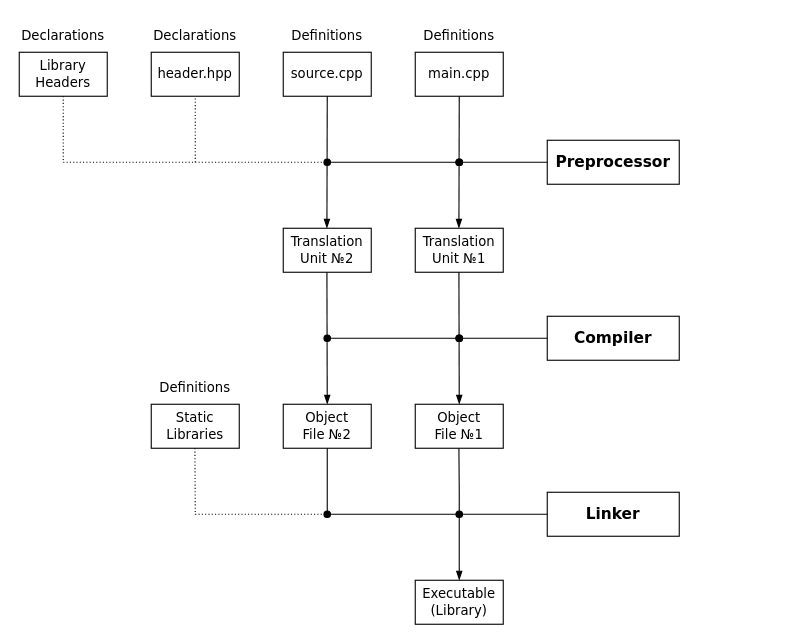
Above: projects/examples/source/06.01.01.drawio in i-s-m-mipt/Education (draw.io), before the change. Source tidied: cells renumbered, new cells numbered last; positions are measured from the earlier drawing's top-left corner, leaving out a move shared by most shapes. Both pictures are drawn from the tidied source at 110%, with x=0, y=0 at pixel (19, 19).
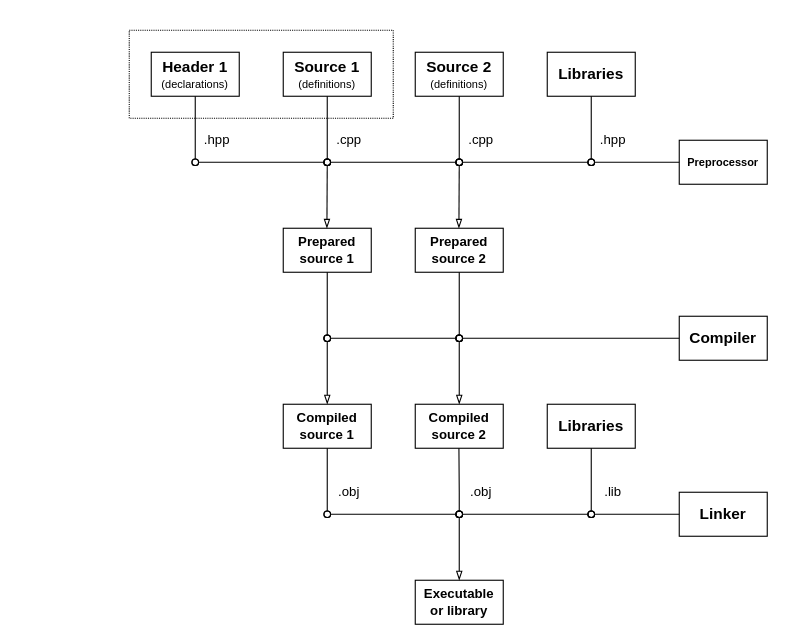
The same page after the edit.

Diff of the diagram source:
```diff
@@
+    <mxCell id="35" style="rounded=0;whiteSpace=wrap;html=1;fillColor=none;dashed=1;dashPattern=1 1;" parent="1" vertex="1">
+      <mxGeometry x="100" y="10" width="240" height="80" as="geometry" />
+    </mxCell>
-    <mxCell id="2" value="&lt;b&gt;&lt;font face=&quot;Verdana&quot; style=&quot;font-size: 14px;&quot;&gt;Preprocessor&lt;/font&gt;&lt;/b&gt;" style="rounded=0;whiteSpace=wrap;html=1;" parent="1" vertex="1">
-      <mxGeometry x="480" y="110" width="120" height="40" as="geometry" />
+    <mxCell id="2" value="&lt;b&gt;&lt;font style=&quot;font-size: 10px;&quot; face=&quot;Helvetica&quot;&gt;Preprocessor&lt;/font&gt;&lt;/b&gt;" style="rounded=0;whiteSpace=wrap;html=1;fillColor=none;" parent="1" vertex="1">
+      <mxGeometry x="600" y="110" width="80" height="40" as="geometry" />
     </mxCell>
-    <mxCell id="3" value="&lt;font face=&quot;Verdana&quot;&gt;source.cpp&lt;/font&gt;" style="rounded=0;whiteSpace=wrap;html=1;" parent="1" vertex="1">
+    <mxCell id="3" value="&lt;font&gt;&lt;font style=&quot;font-size: 14px;&quot; face=&quot;Helvetica&quot;&gt;&lt;b style=&quot;&quot;&gt;Source 1&lt;/b&gt;&lt;/font&gt;&lt;/font&gt;&lt;div&gt;&lt;font style=&quot;font-size: 10px;&quot;&gt;&lt;font style=&quot;&quot;&gt;&lt;span style=&quot;background-color: transparent; color: light-dark(rgb(0, 0, 0), rgb(255, 255, 255));&quot;&gt;(&lt;/span&gt;&lt;/font&gt;&lt;span style=&quot;background-color: transparent; color: light-dark(rgb(0, 0, 0), rgb(255, 255, 255));&quot;&gt;definitions&lt;/span&gt;&lt;span style=&quot;background-color: transparent; color: light-dark(rgb(0, 0, 0), rgb(255, 255, 255));&quot;&gt;)&lt;/span&gt;&lt;/font&gt;&lt;/div&gt;" style="rounded=0;whiteSpace=wrap;html=1;" parent="1" vertex="1">
       <mxGeometry x="240" y="30" width="80" height="40" as="geometry" />
     </mxCell>
-    <mxCell id="4" value="&lt;font face=&quot;Verdana&quot;&gt;main.cpp&lt;/font&gt;" style="rounded=0;whiteSpace=wrap;html=1;" parent="1" vertex="1">
+    <mxCell id="4" value="&lt;font style=&quot;font-size: 14px;&quot; face=&quot;Helvetica&quot;&gt;&lt;b style=&quot;&quot;&gt;Source 2&lt;/b&gt;&lt;/font&gt;&lt;div&gt;&lt;font style=&quot;font-size: 10px;&quot;&gt;(&lt;/font&gt;&lt;span style=&quot;color: light-dark(rgb(0, 0, 0), rgb(255, 255, 255)); font-size: 10px; background-color: transparent;&quot;&gt;definitions&lt;/span&gt;&lt;span style=&quot;color: light-dark(rgb(0, 0, 0), rgb(255, 255, 255)); font-size: 10px; background-color: transparent;&quot;&gt;)&lt;/span&gt;&lt;/div&gt;" style="rounded=0;whiteSpace=wrap;html=1;" parent="1" vertex="1">
       <mxGeometry x="360" y="30" width="80" height="40" as="geometry" />
     </mxCell>
-    <mxCell id="5" value="&lt;font style=&quot;font-size: 12px;&quot; face=&quot;Verdana&quot;&gt;Translation Unit №2&lt;/font&gt;" style="rounded=0;whiteSpace=wrap;html=1;" parent="1" vertex="1">
+    <mxCell id="5" value="&lt;b&gt;Prepared source 1&lt;/b&gt;" style="rounded=0;whiteSpace=wrap;html=1;" parent="1" vertex="1">
       <mxGeometry x="240" y="190" width="80" height="40" as="geometry" />
     </mxCell>
-    <mxCell id="6" value="&lt;font face=&quot;Verdana&quot;&gt;header.hpp&lt;/font&gt;" style="rounded=0;whiteSpace=wrap;html=1;" parent="1" vertex="1">
+    <mxCell id="6" value="&lt;font face=&quot;Helvetica&quot; style=&quot;&quot;&gt;&lt;b style=&quot;&quot;&gt;&lt;font style=&quot;font-size: 14px;&quot;&gt;Header 1&lt;/font&gt;&lt;/b&gt;&lt;br&gt;&lt;font style=&quot;font-size: 10px;&quot;&gt;(&lt;/font&gt;&lt;/font&gt;&lt;font style=&quot;font-size: 10px;&quot;&gt;declarations&lt;font face=&quot;Helvetica&quot; style=&quot;&quot;&gt;)&lt;/font&gt;&lt;/font&gt;" style="rounded=0;whiteSpace=wrap;html=1;" parent="1" vertex="1">
       <mxGeometry x="120" y="30" width="80" height="40" as="geometry" />
     </mxCell>
-    <mxCell id="7" value="&lt;font face=&quot;Verdana&quot;&gt;&lt;font style=&quot;font-size: 12px;&quot;&gt;Library&lt;/font&gt;&lt;/font&gt;&lt;div&gt;&lt;font face=&quot;Verdana&quot;&gt;&lt;font style=&quot;font-size: 12px;&quot;&gt;Headers&lt;/font&gt;&lt;br&gt;&lt;/font&gt;&lt;/div&gt;" style="rounded=0;whiteSpace=wrap;html=1;" parent="1" vertex="1">
-      <mxGeometry y="30" width="80" height="40" as="geometry" />
-    </mxCell>
-    <mxCell id="8" style="endArrow=none;html=1;rounded=0;startArrow=oval;startFill=1;endFill=0;entryX=0;entryY=0.5;entryDx=0;entryDy=0;" parent="1" edge="1" target="2">
+    <mxCell id="8" style="endArrow=oval;html=1;rounded=0;startArrow=oval;startFill=0;endFill=0;" parent="1" edge="1">
       <mxGeometry relative="1" as="geometry">
         <mxPoint x="400" y="130" as="sourcePoint" />
+        <mxPoint x="520" y="130" as="targetPoint" />
       </mxGeometry>
     </mxCell>
-    <mxCell id="9" style="endArrow=blockThin;html=1;rounded=0;exitX=0.5;exitY=1;exitDx=0;exitDy=0;endFill=1;" parent="1" edge="1" source="3">
+    <mxCell id="9" style="endArrow=blockThin;html=1;rounded=0;endFill=0;startArrow=oval;startFill=0;" parent="1" edge="1">
       <mxGeometry relative="1" as="geometry">
+        <mxPoint x="280" y="130" as="sourcePoint" />
         <mxPoint x="279.7" y="190" as="targetPoint" />
       </mxGeometry>
     </mxCell>
-    <mxCell id="10" style="endArrow=blockThin;html=1;rounded=0;exitX=0.5;exitY=1;exitDx=0;exitDy=0;endFill=1;" parent="1" edge="1" source="4">
+    <mxCell id="10" style="endArrow=blockThin;html=1;rounded=0;endFill=0;startArrow=oval;startFill=0;" parent="1" edge="1">
       <mxGeometry relative="1" as="geometry">
+        <mxPoint x="400" y="130" as="sourcePoint" />
         <mxPoint x="399.7" y="190" as="targetPoint" />
       </mxGeometry>
     </mxCell>
-    <mxCell id="11" value="&lt;font style=&quot;font-size: 12px;&quot; face=&quot;Verdana&quot;&gt;Translation Unit №1&lt;/font&gt;" style="rounded=0;whiteSpace=wrap;html=1;" parent="1" vertex="1">
-      <mxGeometry x="360" y="190" width="80" height="40" as="geometry" />
-    </mxCell>
-    <mxCell id="12" value="&lt;b&gt;&lt;font face=&quot;Verdana&quot; style=&quot;font-size: 14px;&quot;&gt;Compiler&lt;/font&gt;&lt;/b&gt;" style="rounded=0;whiteSpace=wrap;html=1;" parent="1" vertex="1">
-      <mxGeometry x="480" y="270" width="120" height="40" as="geometry" />
+    <mxCell id="12" value="&lt;b&gt;&lt;font face=&quot;Helvetica&quot; style=&quot;font-size: 14px;&quot;&gt;Compiler&lt;/font&gt;&lt;/b&gt;" style="rounded=0;whiteSpace=wrap;html=1;fillColor=none;" parent="1" vertex="1">
+      <mxGeometry x="600" y="270" width="80" height="40" as="geometry" />
     </mxCell>
-    <mxCell id="13" style="endArrow=blockThin;html=1;rounded=0;exitX=0.5;exitY=1;exitDx=0;exitDy=0;endFill=1;entryX=0.5;entryY=0;entryDx=0;entryDy=0;" parent="1" edge="1" target="16">
+    <mxCell id="13" style="endArrow=blockThin;html=1;rounded=0;endFill=0;entryX=0.5;entryY=0;entryDx=0;entryDy=0;startArrow=oval;startFill=0;" parent="1" edge="1" target="16">
       <mxGeometry relative="1" as="geometry">
-        <mxPoint x="279.7" y="230" as="sourcePoint" />
+        <mxPoint x="280" y="290" as="sourcePoint" />
       </mxGeometry>
     </mxCell>
-    <mxCell id="14" style="endArrow=blockThin;html=1;rounded=0;exitX=0.5;exitY=1;exitDx=0;exitDy=0;endFill=1;entryX=0.5;entryY=0;entryDx=0;entryDy=0;" parent="1" edge="1" target="17">
+    <mxCell id="14" style="endArrow=blockThin;html=1;rounded=0;endFill=0;entryX=0.5;entryY=0;entryDx=0;entryDy=0;startArrow=oval;startFill=0;" parent="1" edge="1" target="17">
       <mxGeometry relative="1" as="geometry">
-        <mxPoint x="399.7" y="230" as="sourcePoint" />
+        <mxPoint x="400" y="290" as="sourcePoint" />
       </mxGeometry>
     </mxCell>
-    <mxCell id="15" style="endArrow=none;dashed=1;html=1;dashPattern=1 2;strokeWidth=1;rounded=0;exitX=0.5;exitY=1;exitDx=0;exitDy=0;endFill=0;" parent="1" edge="1" source="7">
+    <mxCell id="15" style="endArrow=oval;html=1;strokeWidth=1;rounded=0;exitX=0.5;exitY=1;exitDx=0;exitDy=0;endFill=0;" parent="1" edge="1">
       <mxGeometry relative="1" as="geometry">
-        <mxPoint x="280" y="130" as="targetPoint" />
+        <mxPoint x="160" y="70" as="sourcePoint" />
+        <mxPoint x="160" y="130" as="targetPoint" />
         <Array as="points">
-          <mxPoint x="40" y="130" />
+          <mxPoint x="160" y="130" />
         </Array>
       </mxGeometry>
     </mxCell>
-    <mxCell id="16" value="&lt;font style=&quot;font-size: 12px;&quot; face=&quot;Verdana&quot;&gt;Object &lt;br&gt;File №2&lt;/font&gt;" style="rounded=0;whiteSpace=wrap;html=1;" parent="1" vertex="1">
+    <mxCell id="16" value="&lt;b style=&quot;&quot;&gt;&lt;font face=&quot;Helvetica&quot;&gt;Compiled source 1&lt;/font&gt;&lt;/b&gt;" style="rounded=0;whiteSpace=wrap;html=1;" parent="1" vertex="1">
       <mxGeometry x="240" y="350" width="80" height="40" as="geometry" />
     </mxCell>
-    <mxCell id="17" value="&lt;font style=&quot;font-size: 12px;&quot; face=&quot;Verdana&quot;&gt;Object &lt;br&gt;File №1&lt;/font&gt;" style="rounded=0;whiteSpace=wrap;html=1;" parent="1" vertex="1">
+    <mxCell id="17" value="&lt;b&gt;Compiled source 2&lt;/b&gt;" style="rounded=0;whiteSpace=wrap;html=1;" parent="1" vertex="1">
       <mxGeometry x="360" y="350" width="80" height="40" as="geometry" />
     </mxCell>
-    <mxCell id="18" value="&lt;font face=&quot;Verdana&quot;&gt;Definitions&lt;/font&gt;" style="text;html=1;strokeColor=none;fillColor=none;align=center;verticalAlign=middle;whiteSpace=wrap;rounded=0;" parent="1" vertex="1">
-      <mxGeometry x="240" width="80" height="30" as="geometry" />
-    </mxCell>
-    <mxCell id="19" value="&lt;font face=&quot;Verdana&quot;&gt;Declarations&lt;/font&gt;" style="text;html=1;strokeColor=none;fillColor=none;align=center;verticalAlign=middle;whiteSpace=wrap;rounded=0;" parent="1" vertex="1">
-      <mxGeometry x="120" width="80" height="30" as="geometry" />
-    </mxCell>
-    <mxCell id="20" value="&lt;font face=&quot;Verdana&quot;&gt;Declarations&lt;/font&gt;" style="text;html=1;strokeColor=none;fillColor=none;align=center;verticalAlign=middle;whiteSpace=wrap;rounded=0;" parent="1" vertex="1">
-      <mxGeometry width="80" height="30" as="geometry" />
-    </mxCell>
-    <mxCell id="21" value="&lt;b&gt;&lt;font face=&quot;Verdana&quot; style=&quot;font-size: 14px;&quot;&gt;Linker&lt;/font&gt;&lt;/b&gt;" style="rounded=0;whiteSpace=wrap;html=1;" parent="1" vertex="1">
-      <mxGeometry x="480" y="430" width="120" height="40" as="geometry" />
+    <mxCell id="21" value="&lt;b&gt;&lt;font face=&quot;Helvetica&quot; style=&quot;font-size: 14px;&quot;&gt;Linker&lt;/font&gt;&lt;/b&gt;" style="rounded=0;whiteSpace=wrap;html=1;fillColor=none;" parent="1" vertex="1">
+      <mxGeometry x="600" y="430" width="80" height="40" as="geometry" />
     </mxCell>
-    <mxCell id="22" style="endArrow=none;html=1;rounded=0;startArrow=oval;startFill=1;endFill=0;entryX=0;entryY=0.5;entryDx=0;entryDy=0;" parent="1" edge="1" target="21">
-      <mxGeometry relative="1" as="geometry">
-        <mxPoint x="280" y="450" as="sourcePoint" />
-      </mxGeometry>
-    </mxCell>
-    <mxCell id="23" value="&lt;font face=&quot;Verdana&quot;&gt;Static&lt;br&gt;Libraries&lt;br&gt;&lt;/font&gt;" style="rounded=0;whiteSpace=wrap;html=1;" parent="1" vertex="1">
-      <mxGeometry x="120" y="350" width="80" height="40" as="geometry" />
+    <mxCell id="23" value="&lt;div&gt;&lt;b&gt;&lt;font style=&quot;font-size: 14px;&quot;&gt;Libraries&lt;/font&gt;&lt;/b&gt;&lt;/div&gt;" style="rounded=0;whiteSpace=wrap;html=1;" parent="1" vertex="1">
+      <mxGeometry x="480" y="350" width="80" height="40" as="geometry" />
     </mxCell>
-    <mxCell id="24" style="endArrow=none;html=1;rounded=0;exitX=0.5;exitY=1;exitDx=0;exitDy=0;endFill=0;dashed=1;dashPattern=1 2;" parent="1" edge="1">
-      <mxGeometry relative="1" as="geometry">
-        <mxPoint x="159.7" y="390" as="sourcePoint" />
-        <mxPoint x="280" y="450" as="targetPoint" />
-        <Array as="points">
-          <mxPoint x="160" y="450" />
-        </Array>
-      </mxGeometry>
-    </mxCell>
-    <mxCell id="25" style="endArrow=oval;html=1;rounded=0;exitX=0.5;exitY=1;exitDx=0;exitDy=0;endFill=1;" parent="1" edge="1">
+    <mxCell id="25" style="endArrow=oval;html=1;rounded=0;exitX=0.5;exitY=1;exitDx=0;exitDy=0;endFill=0;" parent="1" edge="1">
       <mxGeometry relative="1" as="geometry">
         <mxPoint x="399.7" y="390" as="sourcePoint" />
         <mxPoint x="400" y="450" as="targetPoint" />
         <Array as="points">
           <mxPoint x="400" y="430" />
         </Array>
       </mxGeometry>
     </mxCell>
-    <mxCell id="26" value="&lt;font face=&quot;Verdana&quot;&gt;Executable&lt;/font&gt;&lt;div&gt;&lt;font face=&quot;Verdana&quot;&gt;(Library)&lt;/font&gt;&lt;/div&gt;" style="rounded=0;whiteSpace=wrap;html=1;" parent="1" vertex="1">
+    <mxCell id="26" value="&lt;b style=&quot;&quot;&gt;&lt;font&gt;Executable&lt;/font&gt;&lt;/b&gt;&lt;div&gt;&lt;b style=&quot;&quot;&gt;&lt;font&gt;or library&lt;/font&gt;&lt;/b&gt;&lt;/div&gt;" style="rounded=0;whiteSpace=wrap;html=1;" parent="1" vertex="1">
       <mxGeometry x="360" y="510" width="80" height="40" as="geometry" />
     </mxCell>
-    <mxCell id="27" style="endArrow=none;html=1;rounded=0;entryX=0.5;entryY=1;entryDx=0;entryDy=0;dashed=1;dashPattern=1 2;" parent="1" edge="1" target="6">
-      <mxGeometry relative="1" as="geometry">
-        <mxPoint x="160" y="130" as="sourcePoint" />
-      </mxGeometry>
-    </mxCell>
-    <mxCell id="28" style="endArrow=oval;html=1;rounded=0;startArrow=oval;startFill=1;endFill=1;" parent="1" edge="1">
+    <mxCell id="28" style="endArrow=oval;html=1;rounded=0;startArrow=oval;startFill=0;endFill=0;" parent="1" edge="1">
       <mxGeometry relative="1" as="geometry">
         <mxPoint x="280" y="130" as="sourcePoint" />
         <mxPoint x="400" y="130" as="targetPoint" />
       </mxGeometry>
     </mxCell>
-    <mxCell id="29" style="endArrow=oval;html=1;rounded=0;startArrow=oval;startFill=1;endFill=1;" parent="1" edge="1">
+    <mxCell id="29" style="endArrow=oval;html=1;rounded=0;startArrow=oval;startFill=0;endFill=0;" parent="1" edge="1">
       <mxGeometry relative="1" as="geometry">
         <mxPoint x="280" y="290" as="sourcePoint" />
         <mxPoint x="400" y="290" as="targetPoint" />
       </mxGeometry>
     </mxCell>
-    <mxCell id="30" style="endArrow=none;html=1;rounded=0;startArrow=oval;startFill=1;endFill=0;entryX=0;entryY=0.5;entryDx=0;entryDy=0;" parent="1" edge="1" target="12">
+    <mxCell id="30" style="endArrow=none;html=1;rounded=0;startArrow=oval;startFill=0;endFill=0;entryX=0;entryY=0.5;entryDx=0;entryDy=0;" parent="1" edge="1" target="12">
       <mxGeometry relative="1" as="geometry">
         <mxPoint x="400" y="290" as="sourcePoint" />
       </mxGeometry>
     </mxCell>
-    <mxCell id="31" style="endArrow=none;html=1;rounded=0;entryX=0.5;entryY=1;entryDx=0;entryDy=0;" parent="1" edge="1" target="16">
+    <mxCell id="31" style="endArrow=none;html=1;rounded=0;entryX=0.5;entryY=1;entryDx=0;entryDy=0;startArrow=oval;startFill=0;" parent="1" edge="1" target="16">
       <mxGeometry relative="1" as="geometry">
         <mxPoint x="280" y="450" as="sourcePoint" />
       </mxGeometry>
     </mxCell>
-    <mxCell id="32" style="endArrow=blockThin;html=1;rounded=0;endFill=1;entryX=0.5;entryY=0;entryDx=0;entryDy=0;" parent="1" edge="1" target="26">
+    <mxCell id="32" style="endArrow=blockThin;html=1;rounded=0;endFill=0;entryX=0.5;entryY=0;entryDx=0;entryDy=0;startArrow=oval;startFill=0;" parent="1" edge="1" target="26">
       <mxGeometry relative="1" as="geometry">
         <mxPoint x="400" y="450" as="sourcePoint" />
       </mxGeometry>
     </mxCell>
-    <mxCell id="33" value="&lt;font face=&quot;Verdana&quot;&gt;Definitions&lt;/font&gt;" style="text;html=1;strokeColor=none;fillColor=none;align=center;verticalAlign=middle;whiteSpace=wrap;rounded=0;" parent="1" vertex="1">
-      <mxGeometry x="360" width="80" height="30" as="geometry" />
-    </mxCell>
-    <mxCell id="34" value="&lt;div&gt;&lt;span style=&quot;font-family: Verdana; background-color: initial;&quot;&gt;Definitions&lt;/span&gt;&lt;br&gt;&lt;/div&gt;" style="text;html=1;strokeColor=none;fillColor=none;align=center;verticalAlign=middle;whiteSpace=wrap;rounded=0;" parent="1" vertex="1">
-      <mxGeometry x="120" y="320" width="80" height="30" as="geometry" />
-    </mxCell>
+    <mxCell id="36" value="&lt;b&gt;Prepared source 2&lt;/b&gt;" style="rounded=0;whiteSpace=wrap;html=1;" parent="1" vertex="1">
+      <mxGeometry x="360" y="190" width="80" height="40" as="geometry" />
+    </mxCell>
+    <mxCell id="37" value=".cpp" style="text;html=1;align=center;verticalAlign=middle;whiteSpace=wrap;rounded=0;" parent="1" vertex="1">
+      <mxGeometry x="280" y="90" width="40" height="40" as="geometry" />
+    </mxCell>
+    <mxCell id="38" value=".cpp" style="text;html=1;align=center;verticalAlign=middle;whiteSpace=wrap;rounded=0;" parent="1" vertex="1">
+      <mxGeometry x="400" y="90" width="40" height="40" as="geometry" />
+    </mxCell>
+    <mxCell id="39" value=".hpp" style="text;html=1;align=center;verticalAlign=middle;whiteSpace=wrap;rounded=0;" parent="1" vertex="1">
+      <mxGeometry x="520" y="90" width="40" height="40" as="geometry" />
+    </mxCell>
+    <mxCell id="40" value=".obj" style="text;html=1;align=center;verticalAlign=middle;whiteSpace=wrap;rounded=0;" parent="1" vertex="1">
+      <mxGeometry x="400" y="410" width="40" height="40" as="geometry" />
+    </mxCell>
+    <mxCell id="41" value=".obj" style="text;html=1;align=center;verticalAlign=middle;whiteSpace=wrap;rounded=0;" parent="1" vertex="1">
+      <mxGeometry x="280" y="410" width="40" height="40" as="geometry" />
+    </mxCell>
+    <mxCell id="42" value=".lib" style="text;html=1;align=center;verticalAlign=middle;whiteSpace=wrap;rounded=0;" parent="1" vertex="1">
+      <mxGeometry x="520" y="410" width="40" height="40" as="geometry" />
+    </mxCell>
+    <mxCell id="43" value="&lt;div&gt;&lt;b&gt;&lt;font style=&quot;font-size: 14px;&quot;&gt;Libraries&lt;/font&gt;&lt;/b&gt;&lt;/div&gt;" style="rounded=0;whiteSpace=wrap;html=1;" parent="1" vertex="1">
+      <mxGeometry x="480" y="30" width="80" height="40" as="geometry" />
+    </mxCell>
+    <mxCell id="44" style="endArrow=none;html=1;rounded=0;entryX=0.5;entryY=1;entryDx=0;entryDy=0;startArrow=oval;startFill=0;" parent="1" edge="1" target="43">
+      <mxGeometry relative="1" as="geometry">
+        <mxPoint x="520" y="130" as="sourcePoint" />
+      </mxGeometry>
+    </mxCell>
+    <mxCell id="45" style="endArrow=none;html=1;rounded=0;entryX=0.5;entryY=1;entryDx=0;entryDy=0;startArrow=oval;startFill=0;" parent="1" edge="1">
+      <mxGeometry relative="1" as="geometry">
+        <mxPoint x="520" y="450" as="sourcePoint" />
+        <mxPoint x="520" y="390" as="targetPoint" />
+      </mxGeometry>
+    </mxCell>
+    <mxCell id="46" value=".hpp" style="text;html=1;align=center;verticalAlign=middle;whiteSpace=wrap;rounded=0;" parent="1" vertex="1">
+      <mxGeometry x="160" y="90" width="40" height="40" as="geometry" />
+    </mxCell>
+    <mxCell id="47" style="endArrow=oval;html=1;rounded=0;endFill=0;startArrow=oval;startFill=0;" parent="1" edge="1">
+      <mxGeometry relative="1" as="geometry">
+        <mxPoint x="160" y="130" as="sourcePoint" />
+        <mxPoint x="280" y="130" as="targetPoint" />
+      </mxGeometry>
+    </mxCell>
+    <mxCell id="48" style="endArrow=none;html=1;rounded=0;entryX=0.5;entryY=1;entryDx=0;entryDy=0;startArrow=oval;startFill=0;" parent="1" edge="1" target="3">
+      <mxGeometry relative="1" as="geometry">
+        <mxPoint x="280" y="130" as="sourcePoint" />
+      </mxGeometry>
+    </mxCell>
+    <mxCell id="49" style="endArrow=none;html=1;rounded=0;entryX=0.5;entryY=1;entryDx=0;entryDy=0;startArrow=oval;startFill=0;" parent="1" edge="1">
+      <mxGeometry relative="1" as="geometry">
+        <mxPoint x="400" y="130" as="sourcePoint" />
+        <mxPoint x="400" y="70" as="targetPoint" />
+      </mxGeometry>
+    </mxCell>
+    <mxCell id="50" style="endArrow=none;html=1;rounded=0;entryX=0;entryY=0.5;entryDx=0;entryDy=0;startArrow=oval;startFill=0;" parent="1" edge="1" target="2">
+      <mxGeometry relative="1" as="geometry">
+        <mxPoint x="520" y="130" as="sourcePoint" />
+      </mxGeometry>
+    </mxCell>
+    <mxCell id="51" style="endArrow=none;html=1;rounded=0;entryX=0;entryY=0;entryDx=0;entryDy=0;startArrow=oval;startFill=0;" parent="1" edge="1">
+      <mxGeometry relative="1" as="geometry">
+        <mxPoint x="280" y="290" as="sourcePoint" />
+        <mxPoint x="280" y="230" as="targetPoint" />
+      </mxGeometry>
+    </mxCell>
+    <mxCell id="52" style="endArrow=none;html=1;rounded=0;entryX=0;entryY=0;entryDx=0;entryDy=0;startArrow=oval;startFill=0;" parent="1" edge="1">
+      <mxGeometry relative="1" as="geometry">
+        <mxPoint x="400" y="290" as="sourcePoint" />
+        <mxPoint x="400" y="230" as="targetPoint" />
+      </mxGeometry>
+    </mxCell>
+    <mxCell id="53" style="endArrow=oval;html=1;rounded=0;startArrow=oval;startFill=0;endFill=0;" parent="1" edge="1">
+      <mxGeometry relative="1" as="geometry">
+        <mxPoint x="280" y="450" as="sourcePoint" />
+        <mxPoint x="400" y="450" as="targetPoint" />
+      </mxGeometry>
+    </mxCell>
+    <mxCell id="54" style="endArrow=oval;html=1;rounded=0;startArrow=oval;startFill=0;endFill=0;" parent="1" edge="1">
+      <mxGeometry relative="1" as="geometry">
+        <mxPoint x="400" y="450" as="sourcePoint" />
+        <mxPoint x="520" y="450" as="targetPoint" />
+      </mxGeometry>
+    </mxCell>
+    <mxCell id="55" style="endArrow=none;html=1;rounded=0;entryX=0;entryY=0.5;entryDx=0;entryDy=0;startArrow=oval;startFill=0;" parent="1" edge="1" target="21">
+      <mxGeometry relative="1" as="geometry">
+        <mxPoint x="520" y="450" as="sourcePoint" />
+      </mxGeometry>
+    </mxCell>
```
